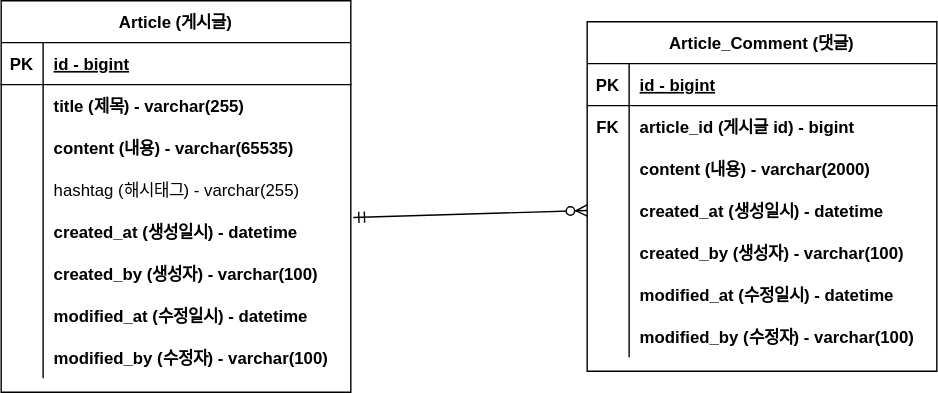
Above: document/project-board-erd.svg in HoduUlmu/project-board (draw.io), before the change. Source tidied: cells renumbered, new cells last; positions are measured from the earlier drawing's top-left corner, leaving out a move shared by most shapes.
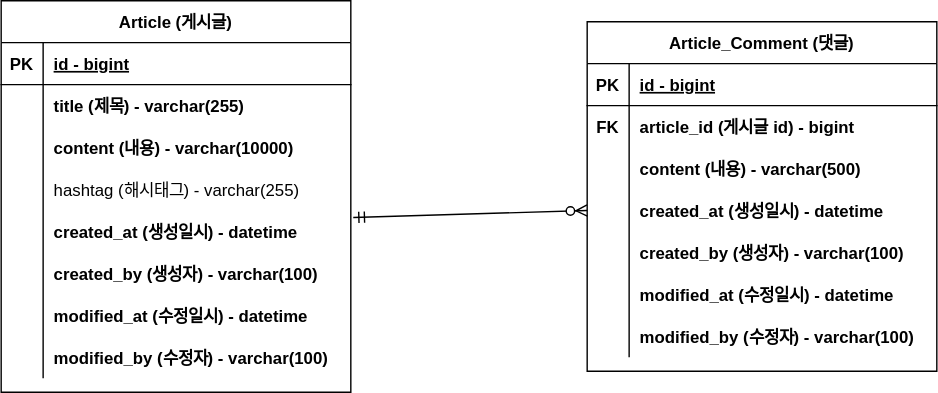
Above is the later version.

Commit message:
#10 - [DOCS] ERD 업데이트 : content 사이즈 변경

What changed in the source:
```diff
@@ -29,7 +29,7 @@
     <mxCell id="10" style="shape=partialRectangle;overflow=hidden;fillColor=none;top=0;left=0;bottom=0;right=0;" parent="9" vertex="1">
       <mxGeometry width="30" height="30" as="geometry" />
     </mxCell>
-    <mxCell id="11" value="content (내용) - varchar(65535)" style="shape=partialRectangle;overflow=hidden;fillColor=none;top=0;left=0;bottom=0;right=0;align=left;spacingLeft=6;fontStyle=1;" parent="9" vertex="1">
+    <mxCell id="11" value="content (내용) - varchar(10000)" style="shape=partialRectangle;overflow=hidden;fillColor=none;top=0;left=0;bottom=0;right=0;align=left;spacingLeft=6;fontStyle=1;" parent="9" vertex="1">
       <mxGeometry x="30" width="220" height="30" as="geometry" />
     </mxCell>
     <mxCell id="12" style="shape=partialRectangle;fillColor=none;top=0;left=0;right=0;bottom=0;" parent="2" vertex="1">
@@ -104,7 +104,7 @@
     <mxCell id="35" style="shape=partialRectangle;overflow=hidden;fillColor=none;top=0;left=0;bottom=0;right=0;" parent="34" vertex="1">
       <mxGeometry width="30" height="30" as="geometry" />
     </mxCell>
-    <mxCell id="36" value="content (내용) - varchar(2000)" style="shape=partialRectangle;overflow=hidden;fillColor=none;top=0;left=0;bottom=0;right=0;align=left;spacingLeft=6;fontStyle=1;" parent="34" vertex="1">
+    <mxCell id="36" value="content (내용) - varchar(500)" style="shape=partialRectangle;overflow=hidden;fillColor=none;top=0;left=0;bottom=0;right=0;align=left;spacingLeft=6;fontStyle=1;" parent="34" vertex="1">
       <mxGeometry x="30" width="220" height="30" as="geometry" />
     </mxCell>
     <mxCell id="37" style="shape=partialRectangle;fillColor=none;points=[[0,0.5],[1,0.5]];portConstraint=eastwest;top=0;left=0;right=0;bottom=0;" parent="27" vertex="1">
```
